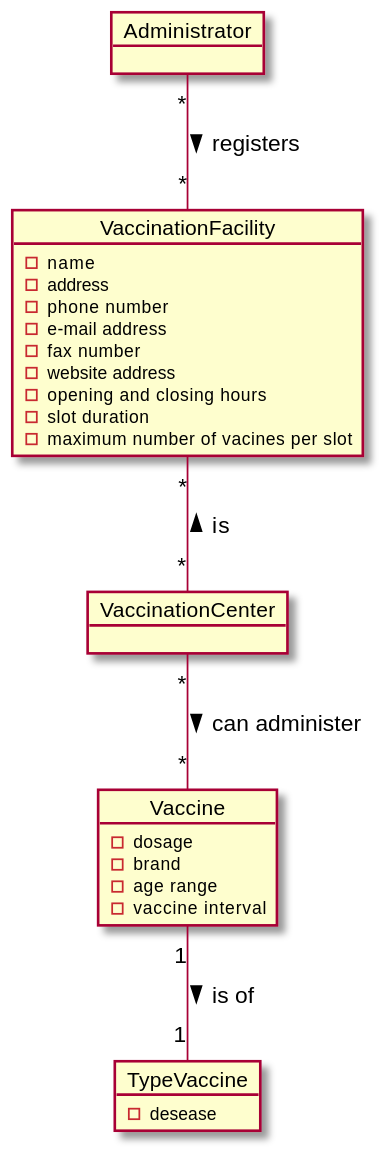
Above: docs/SprintB/US009/US9_DM.svg in osnilas/SNSsystem (PlantUML), before the change.
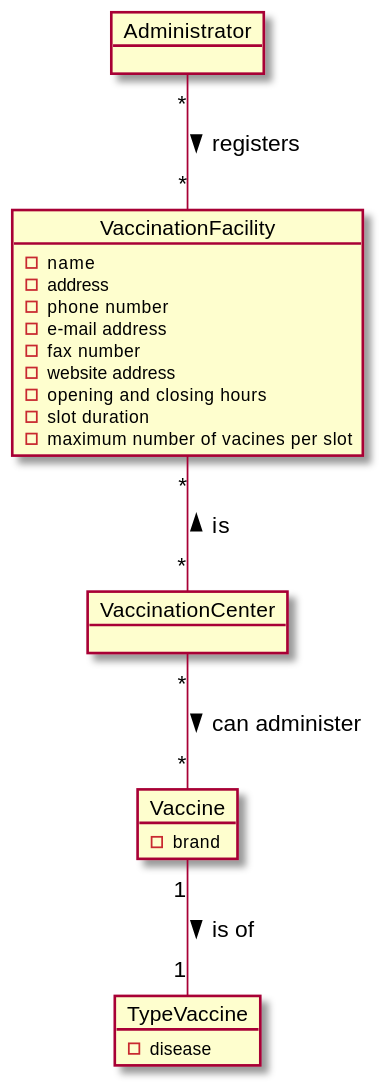
Later version of the same file.

Diff of the diagram source:
```diff
@@ -13,13 +13,10 @@
 -maximum number of vacines per slot
 }
 object Vaccine{
-              -dosage
               -brand
-              -age range
-              -vaccine interval
               }
 object TypeVaccine{
--desease
+-disease
 }
 
 Administrator"*" -- "*" VaccinationFacility: > registers
```
